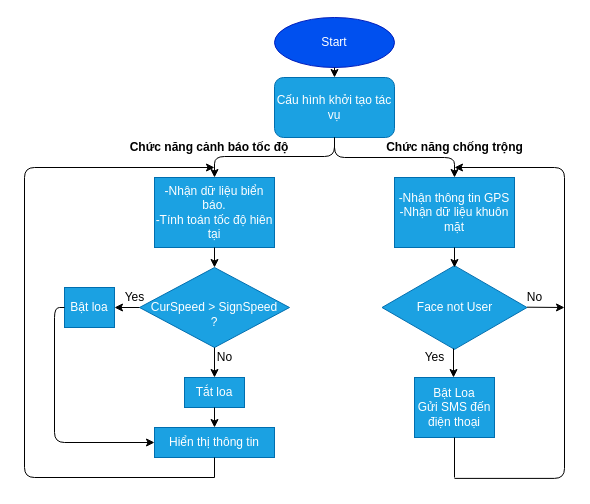
The draw.io diagram page "Page-3" (3 of 3) of Untitled 1Diagram.drawio in truongvanthinh/AutonomousCar, before the edit. Source tidied: cells renumbered, new cells numbered last; positions are measured from the earlier drawing's top-left corner, leaving out a move shared by most shapes. Both pictures are drawn from the tidied source at 100%, with x=0, y=0 at pixel (24, 17).
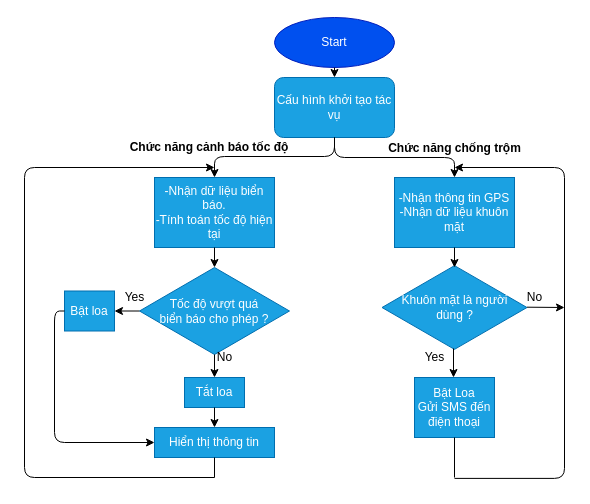
The same diagram, later.

What changed in the source:
```diff
@@
-    <mxCell id="8" value="&lt;b&gt;Chức năng chống trộng&lt;/b&gt;" style="text;html=1;align=center;verticalAlign=middle;strokeColor=none;" parent="1" vertex="1">
-      <mxGeometry x="355" y="120" width="150" height="20" as="geometry" />
+    <mxCell id="8" value="&lt;b&gt;Chức năng chống trộm&lt;/b&gt;" style="text;html=1;align=center;verticalAlign=middle;strokeColor=none;" parent="1" vertex="1">
+      <mxGeometry x="359" y="122" width="142" height="17" as="geometry" />
     </mxCell>
-    <mxCell id="9" value="-Nhận dữ liệu biển báo.&lt;br&gt;-Tính toán tốc độ hiên tại" style="rounded=0;whiteSpace=wrap;html=1;fillColor=#1ba1e2;strokeColor=#006EAF;fontColor=#ffffff;" parent="1" vertex="1">
+    <mxCell id="9" value="-Nhận dữ liệu biển báo.&lt;br&gt;-Tính toán tốc độ hiện tại" style="rounded=0;whiteSpace=wrap;html=1;fillColor=#1ba1e2;strokeColor=#006EAF;fontColor=#ffffff;" parent="1" vertex="1">
       <mxGeometry x="130" y="160" width="120" height="70" as="geometry" />
     </mxCell>
@@
-    <mxCell id="11" value="&lt;br&gt;CurSpeed &amp;gt; SignSpeed&lt;br&gt;?" style="rhombus;whiteSpace=wrap;html=1;fillColor=#1ba1e2;strokeColor=#006EAF;fontColor=#ffffff;" parent="1" vertex="1">
-      <mxGeometry x="115" y="250" width="150" height="80" as="geometry" />
+    <mxCell id="11" value="Tốc độ vượt quá&lt;br&gt;biển báo cho phép ?" style="rhombus;whiteSpace=wrap;html=1;fillColor=#1ba1e2;strokeColor=#006EAF;fontColor=#ffffff;" parent="1" vertex="1">
+      <mxGeometry x="115" y="250" width="150" height="87" as="geometry" />
     </mxCell>
-    <mxCell id="12" style="endArrow=classic;html=1;exitX=0;exitY=0.5;exitDx=0;exitDy=0;" parent="1" edge="1" source="11">
-      <mxGeometry relative="1" as="geometry">
-        <mxPoint x="90" y="290" as="targetPoint" />
-      </mxGeometry>
+    <mxCell id="12" style="endArrow=classic;html=1;exitX=0;exitY=0.5;exitDx=0;exitDy=0;entryX=1;entryY=0.5;entryDx=0;entryDy=0;" parent="1" edge="1" source="11" target="13">
+      <mxGeometry relative="1" as="geometry" />
     </mxCell>
     <mxCell id="13" value="Bật loa" style="rounded=0;whiteSpace=wrap;html=1;fillColor=#1ba1e2;strokeColor=#006EAF;fontColor=#ffffff;" parent="1" vertex="1">
-      <mxGeometry x="40" y="270" width="50" height="40" as="geometry" />
+      <mxGeometry x="40" y="273.5" width="50" height="40" as="geometry" />
     </mxCell>
@@
-    <mxCell id="22" value="Face not User" style="html=1;whiteSpace=wrap;shape=isoRectangle;fillColor=#1ba1e2;strokeColor=#006EAF;fontColor=#ffffff;" parent="1" vertex="1">
+    <mxCell id="22" value="Khuôn mặt là người&lt;br&gt;dùng ?" style="html=1;whiteSpace=wrap;shape=isoRectangle;fillColor=#1ba1e2;strokeColor=#006EAF;fontColor=#ffffff;" parent="1" vertex="1">
       <mxGeometry x="357.5" y="246.5" width="145" height="87" as="geometry" />
     </mxCell>
```
